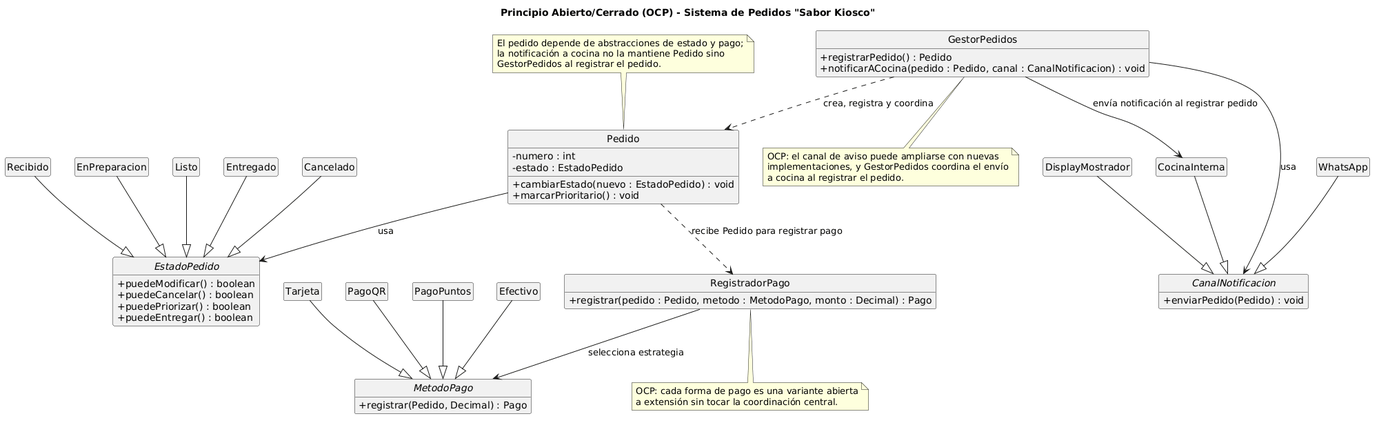
The PlantUML diagram diagramas/01-diagrama-clases/01-solid-02-ocp.png in lucasmengarelli3/SistemaPedidos, before a commit.
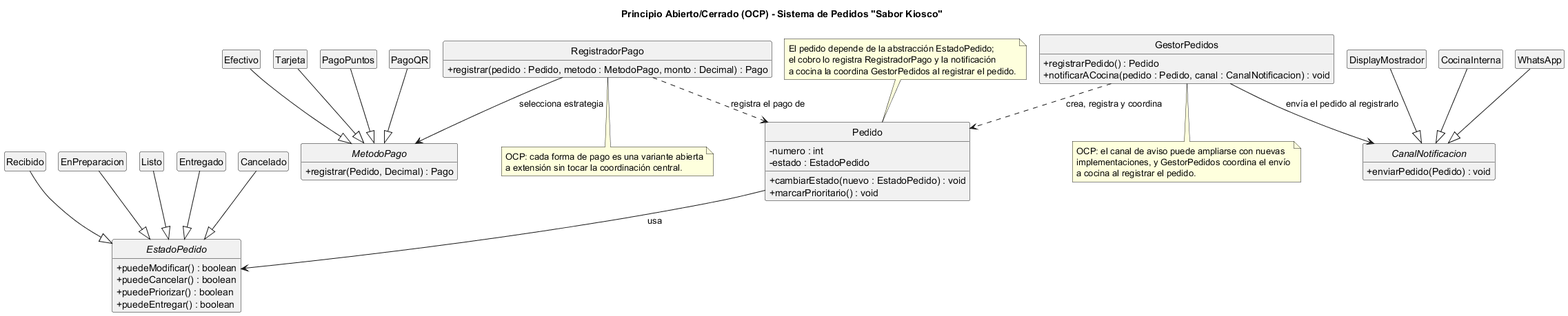
After the commit.

What changed in the source:
```diff
@@ -1,4 +1,5 @@
 @startuml
+!pragma layout smetana
 skinparam shadowing false
 skinparam classAttributeIconSize 0
 hide empty members
@@ -68,16 +69,15 @@
 DisplayMostrador --|> CanalNotificacion
 
 Pedido --> EstadoPedido : usa
-Pedido ..> RegistradorPago : recibe Pedido para registrar pago
+RegistradorPago ..> Pedido : registra el pago de
 RegistradorPago --> MetodoPago : selecciona estrategia
-GestorPedidos --> CanalNotificacion : usa
-GestorPedidos --> CocinaInterna : envía notificación al registrar pedido
+GestorPedidos --> CanalNotificacion : envía el pedido al registrarlo
 GestorPedidos ..> Pedido : crea, registra y coordina
 
 note top of Pedido
-  El pedido depende de abstracciones de estado y pago;
-  la notificación a cocina no la mantiene Pedido sino
-  GestorPedidos al registrar el pedido.
+  El pedido depende de la abstracción EstadoPedido;
+  el cobro lo registra RegistradorPago y la notificación
+  a cocina la coordina GestorPedidos al registrar el pedido.
 end note
 
 note bottom of RegistradorPago
```
